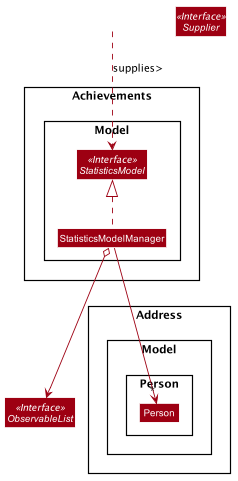
Above: docs/images/AchievementsModelClassDiagram.png in nus-cs2103-AY1920S1/addressbook-level3 (PlantUML), before the change.
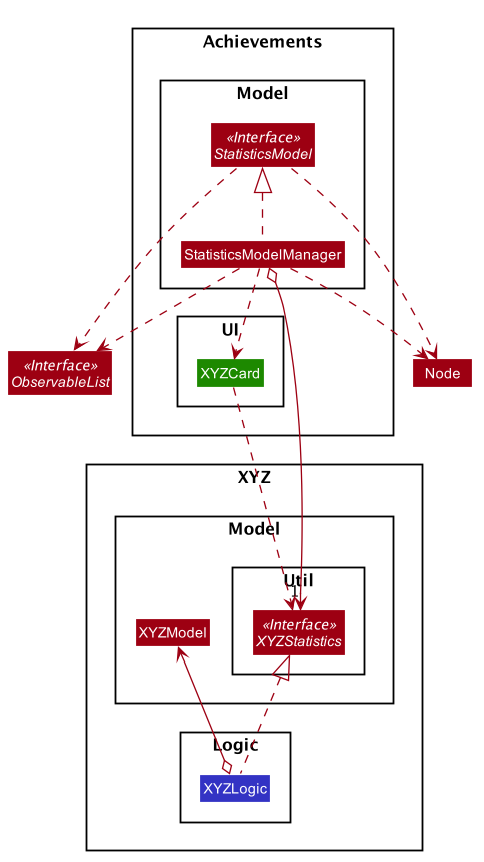
After the commit.

Commit message:
Update UML class diagrams and images

What changed in the source:
```diff
@@ -53,11 +53,15 @@
 
 class HiddenOutside #FFFFFF
 
-namespace Address {
+namespace XYZ {
 namespace Model {
-namespace Person {
-Class Person
+Class XYZModel
+namespace Util {
+Interface XYZStatistics <<Interface>>
 }
+}
+namespace Logic {
+Class XYZLogic #3333C4
 }
 }
 
@@ -66,16 +70,29 @@
 Interface StatisticsModel <<Interface>>
 Class StatisticsModelManager
 }
+namespace UI {
+class XYZCard #1D8900
+}
 }
 
 
 Interface ObservableList <<Interface>>
-Interface Supplier <<Interface>>
-HiddenOutside ..> Achievements.Model.StatisticsModel :supplies>
 
 
 Achievements.Model.StatisticsModelManager .up.|> Achievements.Model.StatisticsModel
-Achievements.Model.StatisticsModelManager o--> ObservableList
-Achievements.Model.StatisticsModelManager --> "*" Address.Model.Person.Person
+Achievements.Model.StatisticsModelManager o-down-> "1" XYZ.Model.Util.XYZStatistics
+
+XYZ.Logic.XYZLogic .up.|> XYZ.Model.Util.XYZStatistics
+
+
+
+Achievements.Model.StatisticsModel ..> ObservableList
+Achievements.Model.StatisticsModel ..> Node
+Achievements.Model.StatisticsModelManager ..> ObservableList
+Achievements.Model.StatisticsModelManager ..> Node
+Achievements.Model.StatisticsModelManager ..> Achievements.UI.XYZCard
+Achievements.UI.XYZCard ..> XYZ.Model.Util.XYZStatistics
+
+XYZ.Logic.XYZLogic o--> XYZ.Model.XYZModel
 
 @enduml
```
